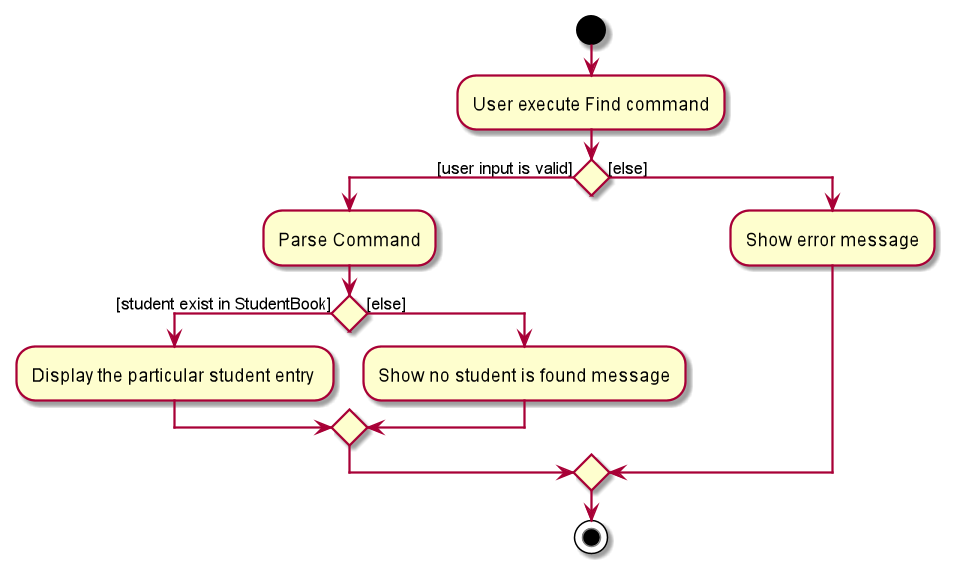
nus-cs2103-AY2021S2/tp keeps this PlantUML diagram as docs/images/FindStudentActivityDiagram.png. Above is the earlier version. Its diagram source:
```plantuml
@startuml

start
:User execute Find command;
if () then ([user input is valid])
    :Parse Command;
    if() then ([student exist in StudentBook])
             :Display the particular student entry ;
    else ([else])
        :Show no student is found message;
    endif

else ([else])
    :Show error message;

endif

stop

@enduml
```
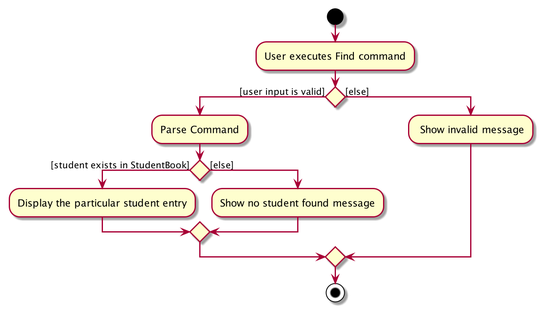
After the change.

Commit message:
Update Activity Diagrams in Implementation

Change to the diagram source:
```diff
@@ -1,20 +1,17 @@
 @startuml
+start
+:User executes Find command;
 
-start
-:User execute Find command;
+
 if () then ([user input is valid])
     :Parse Command;
-    if() then ([student exist in StudentBook])
-             :Display the particular student entry ;
+    if () then ([student exists in StudentBook])
+        :Display the particular student entry;
     else ([else])
-        :Show no student is found message;
+        :Show no student found message;
     endif
-
 else ([else])
-    :Show error message;
-
+    : Show invalid message;
 endif
-
 stop
-
 @enduml
```
